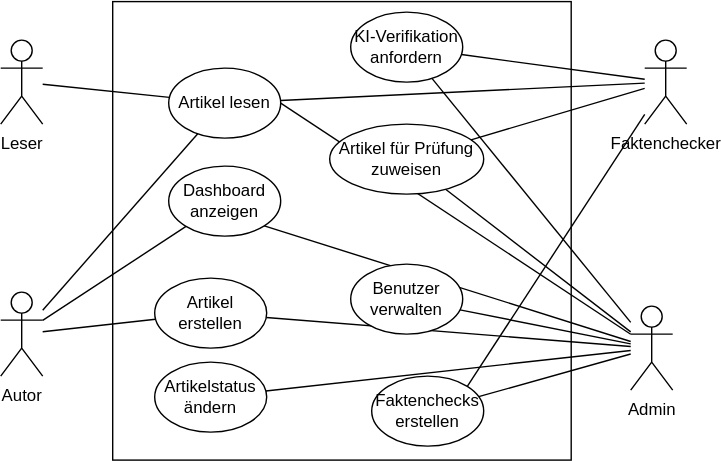
Before: doc/Graphs/uc-diagram.drawio.svg, a diagram exported from draw.io (ericstrausak/truthly). Source tidied: cells renumbered, new cells last; positions are measured from the earlier drawing's top-left corner, leaving out a move shared by most shapes.
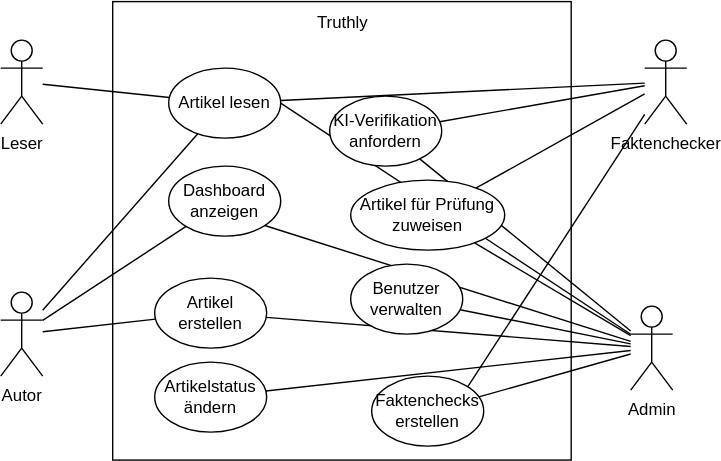
After the commit.

Change to the diagram source:
```diff
@@ -17,9 +17,6 @@
     <mxCell id="6" value="Artikel lesen" style="ellipse;whiteSpace=wrap;html=1;" parent="1" vertex="1">
       <mxGeometry x="120" y="48" width="80" height="50" as="geometry" />
     </mxCell>
-    <mxCell id="7" value="KI-Verifikation anfordern" style="ellipse;whiteSpace=wrap;html=1;" parent="1" vertex="1">
-      <mxGeometry x="250" y="8" width="80" height="50" as="geometry" />
-    </mxCell>
     <mxCell id="8" value="Artikel erstellen" style="ellipse;whiteSpace=wrap;html=1;" parent="1" vertex="1">
       <mxGeometry x="110" y="198" width="80" height="50" as="geometry" />
     </mxCell>
@@ -69,7 +66,7 @@
       <mxGeometry relative="1" as="geometry" />
     </mxCell>
     <mxCell id="24" value="Artikel für Prüfung zuweisen" style="ellipse;whiteSpace=wrap;html=1;" parent="1" vertex="1">
-      <mxGeometry x="235" y="88" width="110" height="50" as="geometry" />
+      <mxGeometry x="250" y="128" width="110" height="50" as="geometry" />
     </mxCell>
     <mxCell id="25" value="Benutzer verwalten" style="ellipse;whiteSpace=wrap;html=1;" parent="1" vertex="1">
       <mxGeometry x="250" y="188" width="80" height="50" as="geometry" />
@@ -89,5 +86,11 @@
     <mxCell id="30" style="edgeStyle=none;html=1;entryX=1;entryY=0;entryDx=0;entryDy=0;endArrow=none;endFill=0;" parent="1" edge="1" source="3" target="26">
       <mxGeometry relative="1" as="geometry" />
     </mxCell>
+    <mxCell id="31" value="Truthly" style="text;html=1;align=center;verticalAlign=middle;strokeColor=none;fillColor=none;" parent="1" vertex="1">
+      <mxGeometry x="213.8" y="0.5" width="60" height="30" as="geometry" />
+    </mxCell>
+    <mxCell id="7" value="KI-Verifikation anfordern" style="ellipse;whiteSpace=wrap;html=1;" parent="1" vertex="1">
+      <mxGeometry x="235" y="68" width="80" height="50" as="geometry" />
+    </mxCell>
   </root>
 </mxGraphModel>
```
